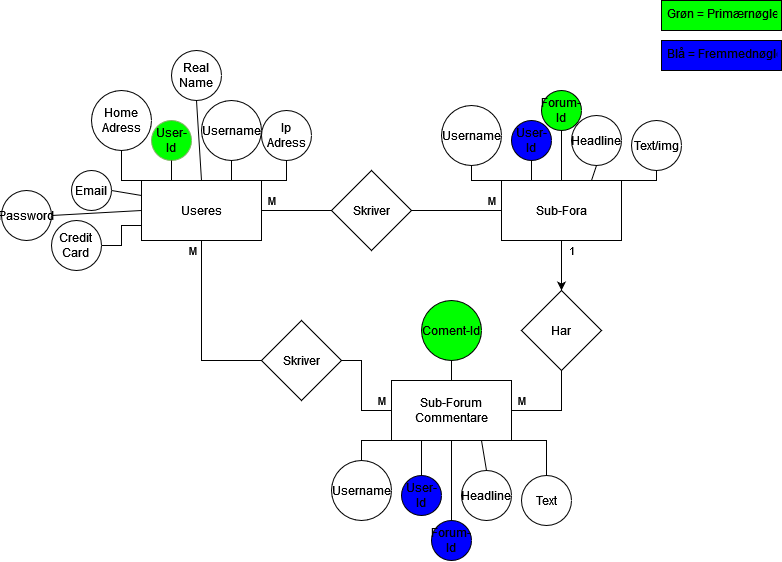
The draw.io diagram Extra stuff/Freljordian-Gods ER diagram.drawio.png in Mojjedrengen/Freljordian_gods, before a commit. Source tidied: cells renumbered, new cells last; positions are measured from the earlier drawing's top-left corner, leaving out a move shared by most shapes. Source of this version:
```xml
<mxGraphModel>
  <root>
    <mxCell id="0" />
    <mxCell id="1" parent="0" />
    <mxCell id="2" value="Useres" style="rounded=0;whiteSpace=wrap;html=1;" parent="1" vertex="1">
      <mxGeometry x="140" y="180" width="120" height="60" as="geometry" />
    </mxCell>
    <mxCell id="3" style="edgeStyle=orthogonalEdgeStyle;rounded=0;jettySize=auto;html=1;" parent="1" edge="1" source="4" target="8">
      <mxGeometry relative="1" as="geometry" />
    </mxCell>
    <mxCell id="4" value="Sub-Fora" style="rounded=0;whiteSpace=wrap;html=1;" parent="1" vertex="1">
      <mxGeometry x="500" y="180" width="120" height="60" as="geometry" />
    </mxCell>
    <mxCell id="5" value="Sub-Forum Commentare" style="rounded=0;whiteSpace=wrap;html=1;" parent="1" vertex="1">
      <mxGeometry x="390" y="380" width="120" height="60" as="geometry" />
    </mxCell>
    <mxCell id="6" value="Skriver" style="rhombus;whiteSpace=wrap;html=1;" parent="1" vertex="1">
      <mxGeometry x="260" y="320" width="80" height="80" as="geometry" />
    </mxCell>
    <mxCell id="7" value="Skriver" style="rhombus;whiteSpace=wrap;html=1;" parent="1" vertex="1">
      <mxGeometry x="330" y="170" width="80" height="80" as="geometry" />
    </mxCell>
    <mxCell id="8" value="Har" style="rhombus;whiteSpace=wrap;html=1;" parent="1" vertex="1">
      <mxGeometry x="520" y="290" width="80" height="80" as="geometry" />
    </mxCell>
    <mxCell id="9" style="endArrow=none;html=1;rounded=0;entryX=0.5;entryY=1;entryDx=0;entryDy=0;exitX=0;exitY=0.5;exitDx=0;exitDy=0;" parent="1" edge="1" source="6" target="2">
      <mxGeometry relative="1" as="geometry">
        <Array as="points">
          <mxPoint x="200" y="360" />
        </Array>
      </mxGeometry>
    </mxCell>
    <mxCell id="10" value="M" style="edgeLabel;html=1;align=center;verticalAlign=middle;" parent="9" vertex="1">
      <mxGeometry x="0.68" y="4" relative="1" as="geometry">
        <mxPoint x="-6" y="-19" as="offset" />
      </mxGeometry>
    </mxCell>
    <mxCell id="11" value="M" style="endArrow=none;html=1;rounded=0;exitX=1;exitY=0.5;exitDx=0;exitDy=0;entryX=0;entryY=0.5;entryDx=0;entryDy=0;" parent="1" edge="1" source="6" target="5">
      <mxGeometry x="0.8" y="10" relative="1" as="geometry">
        <Array as="points">
          <mxPoint x="360" y="360" />
          <mxPoint x="360" y="410" />
        </Array>
      </mxGeometry>
    </mxCell>
    <mxCell id="12" value="M" style="endArrow=none;html=1;rounded=0;entryX=0.5;entryY=1;entryDx=0;entryDy=0;exitX=1;exitY=0.5;exitDx=0;exitDy=0;" parent="1" edge="1" source="5" target="8">
      <mxGeometry x="-0.78" y="10" relative="1" as="geometry">
        <Array as="points">
          <mxPoint x="560" y="410" />
        </Array>
      </mxGeometry>
    </mxCell>
    <mxCell id="13" value="1" style="endArrow=none;html=1;rounded=0;entryX=0.5;entryY=0;entryDx=0;entryDy=0;exitX=0.5;exitY=1;exitDx=0;exitDy=0;" parent="1" edge="1" source="4" target="8">
      <mxGeometry x="-0.6" y="10" relative="1" as="geometry" />
    </mxCell>
    <mxCell id="14" value="M" style="endArrow=none;html=1;rounded=0;entryX=1;entryY=0.5;entryDx=0;entryDy=0;exitX=0;exitY=0.5;exitDx=0;exitDy=0;" parent="1" edge="1" source="7" target="2">
      <mxGeometry x="0.71" y="-10" relative="1" as="geometry" />
    </mxCell>
    <mxCell id="15" value="M" style="endArrow=none;html=1;rounded=0;entryX=0;entryY=0.5;entryDx=0;entryDy=0;exitX=1;exitY=0.5;exitDx=0;exitDy=0;" parent="1" edge="1" source="7" target="4">
      <mxGeometry x="0.78" y="10" relative="1" as="geometry" />
    </mxCell>
    <mxCell id="16" value="User-Id" style="ellipse;whiteSpace=wrap;html=1;fillColor=#00FF00;strokeColor=#82b366;" parent="1" vertex="1">
      <mxGeometry x="150" y="120" width="40" height="40" as="geometry" />
    </mxCell>
    <mxCell id="17" style="endArrow=none;html=1;rounded=0;entryX=0.5;entryY=1;entryDx=0;entryDy=0;exitX=0.25;exitY=0;exitDx=0;exitDy=0;" parent="1" edge="1" source="2" target="16">
      <mxGeometry relative="1" as="geometry" />
    </mxCell>
    <mxCell id="18" value="Username" style="ellipse;whiteSpace=wrap;html=1;" parent="1" vertex="1">
      <mxGeometry x="200" y="100" width="60" height="60" as="geometry" />
    </mxCell>
    <mxCell id="19" style="endArrow=none;html=1;rounded=0;entryX=0.5;entryY=1;entryDx=0;entryDy=0;exitX=0.75;exitY=0;exitDx=0;exitDy=0;" parent="1" edge="1" source="2" target="18">
      <mxGeometry relative="1" as="geometry" />
    </mxCell>
    <mxCell id="20" value="Real Name" style="ellipse;whiteSpace=wrap;html=1;" parent="1" vertex="1">
      <mxGeometry x="170" y="50" width="50" height="50" as="geometry" />
    </mxCell>
    <mxCell id="21" style="endArrow=none;html=1;rounded=0;entryX=0.5;entryY=1;entryDx=0;entryDy=0;exitX=0.5;exitY=0;exitDx=0;exitDy=0;" parent="1" edge="1" source="2" target="20">
      <mxGeometry relative="1" as="geometry" />
    </mxCell>
    <mxCell id="22" value="Home Adress" style="ellipse;whiteSpace=wrap;html=1;" parent="1" vertex="1">
      <mxGeometry x="90" y="90" width="60" height="60" as="geometry" />
    </mxCell>
    <mxCell id="23" style="endArrow=none;html=1;rounded=0;entryX=0.5;entryY=1;entryDx=0;entryDy=0;exitX=0;exitY=0;exitDx=0;exitDy=0;" parent="1" edge="1" source="2" target="22">
      <mxGeometry relative="1" as="geometry">
        <Array as="points">
          <mxPoint x="120" y="180" />
        </Array>
      </mxGeometry>
    </mxCell>
    <mxCell id="24" value="Email" style="ellipse;whiteSpace=wrap;html=1;" parent="1" vertex="1">
      <mxGeometry x="70" y="170" width="40" height="40" as="geometry" />
    </mxCell>
    <mxCell id="25" style="endArrow=none;html=1;rounded=0;entryX=1;entryY=0.5;entryDx=0;entryDy=0;exitX=0;exitY=0.25;exitDx=0;exitDy=0;" parent="1" edge="1" source="2" target="24">
      <mxGeometry relative="1" as="geometry" />
    </mxCell>
    <mxCell id="26" value="Password" style="ellipse;whiteSpace=wrap;html=1;rotation=0;" parent="1" vertex="1">
      <mxGeometry y="190" width="50" height="50" as="geometry" />
    </mxCell>
    <mxCell id="27" style="endArrow=none;html=1;rounded=0;entryX=0;entryY=0.5;entryDx=0;entryDy=0;exitX=1;exitY=0.5;exitDx=0;exitDy=0;" parent="1" edge="1" source="26" target="2">
      <mxGeometry relative="1" as="geometry" />
    </mxCell>
    <mxCell id="28" value="Credit &lt;br&gt;Card" style="ellipse;whiteSpace=wrap;html=1;" parent="1" vertex="1">
      <mxGeometry x="50" y="220" width="50" height="50" as="geometry" />
    </mxCell>
    <mxCell id="29" style="endArrow=none;html=1;rounded=0;entryX=0;entryY=0.75;entryDx=0;entryDy=0;exitX=1;exitY=0.5;exitDx=0;exitDy=0;" parent="1" edge="1" source="28" target="2">
      <mxGeometry relative="1" as="geometry">
        <Array as="points">
          <mxPoint x="120" y="245" />
          <mxPoint x="120" y="225" />
        </Array>
      </mxGeometry>
    </mxCell>
    <mxCell id="30" value="Ip&lt;br&gt;Adress" style="ellipse;whiteSpace=wrap;html=1;" parent="1" vertex="1">
      <mxGeometry x="260" y="110" width="50" height="50" as="geometry" />
    </mxCell>
    <mxCell id="31" style="endArrow=none;html=1;rounded=0;entryX=0.5;entryY=1;entryDx=0;entryDy=0;exitX=1;exitY=0;exitDx=0;exitDy=0;" parent="1" edge="1" source="2" target="30">
      <mxGeometry relative="1" as="geometry">
        <Array as="points">
          <mxPoint x="285" y="180" />
        </Array>
      </mxGeometry>
    </mxCell>
    <mxCell id="32" value="Grøn = Primærnøgle" style="text;strokeColor=default;fillColor=#00FF00;spacingLeft=4;spacingRight=4;overflow=hidden;fontSize=12;labelBackgroundColor=none;" parent="1" vertex="1">
      <mxGeometry x="660" width="120" height="30" as="geometry" />
    </mxCell>
    <mxCell id="33" value="Blå = Fremmednøgle" style="text;strokeColor=default;fillColor=#0000FF;spacingLeft=4;spacingRight=4;overflow=hidden;fontSize=12;labelBackgroundColor=none;" parent="1" vertex="1">
      <mxGeometry x="660" y="40" width="120" height="30" as="geometry" />
    </mxCell>
    <mxCell id="34" value="User-Id" style="ellipse;whiteSpace=wrap;html=1;labelBackgroundColor=none;strokeColor=default;fillColor=#0000FF;" parent="1" vertex="1">
      <mxGeometry x="510" y="120" width="40" height="40" as="geometry" />
    </mxCell>
    <mxCell id="35" style="endArrow=none;html=1;rounded=0;entryX=0.5;entryY=1;entryDx=0;entryDy=0;exitX=0.25;exitY=0;exitDx=0;exitDy=0;" parent="1" edge="1" source="4" target="34">
      <mxGeometry relative="1" as="geometry" />
    </mxCell>
    <mxCell id="36" value="Forum-Id" style="ellipse;whiteSpace=wrap;html=1;labelBackgroundColor=none;strokeColor=default;fillColor=#00FF00;" parent="1" vertex="1">
      <mxGeometry x="540" y="90" width="40" height="40" as="geometry" />
    </mxCell>
    <mxCell id="37" style="endArrow=none;html=1;rounded=0;entryX=0.5;entryY=1;entryDx=0;entryDy=0;exitX=0.5;exitY=0;exitDx=0;exitDy=0;" parent="1" edge="1" source="4" target="36">
      <mxGeometry relative="1" as="geometry" />
    </mxCell>
    <mxCell id="38" value="Headline" style="ellipse;whiteSpace=wrap;html=1;labelBackgroundColor=none;" parent="1" vertex="1">
      <mxGeometry x="570" y="115" width="50" height="50" as="geometry" />
    </mxCell>
    <mxCell id="39" style="endArrow=none;html=1;rounded=0;entryX=0.5;entryY=1;entryDx=0;entryDy=0;exitX=0.75;exitY=0;exitDx=0;exitDy=0;" parent="1" edge="1" source="4" target="38">
      <mxGeometry relative="1" as="geometry" />
    </mxCell>
    <mxCell id="40" value="Username" style="ellipse;whiteSpace=wrap;html=1;labelBackgroundColor=none;" parent="1" vertex="1">
      <mxGeometry x="440" y="105" width="60" height="60" as="geometry" />
    </mxCell>
    <mxCell id="41" style="endArrow=none;html=1;rounded=0;entryX=0;entryY=0;entryDx=0;entryDy=0;exitX=0.5;exitY=1;exitDx=0;exitDy=0;" parent="1" edge="1" source="40" target="4">
      <mxGeometry relative="1" as="geometry">
        <Array as="points">
          <mxPoint x="470" y="180" />
        </Array>
      </mxGeometry>
    </mxCell>
    <mxCell id="42" value="Text/img" style="ellipse;whiteSpace=wrap;html=1;labelBackgroundColor=none;" parent="1" vertex="1">
      <mxGeometry x="630" y="120" width="50" height="50" as="geometry" />
    </mxCell>
    <mxCell id="43" style="endArrow=none;html=1;rounded=0;entryX=0.5;entryY=1;entryDx=0;entryDy=0;exitX=1;exitY=0;exitDx=0;exitDy=0;" parent="1" edge="1" source="4" target="42">
      <mxGeometry relative="1" as="geometry">
        <Array as="points">
          <mxPoint x="655" y="180" />
        </Array>
      </mxGeometry>
    </mxCell>
    <mxCell id="44" value="Coment-Id" style="ellipse;whiteSpace=wrap;html=1;labelBackgroundColor=none;strokeColor=default;fillColor=#00FF00;" parent="1" vertex="1">
      <mxGeometry x="420" y="300" width="60" height="60" as="geometry" />
    </mxCell>
    <mxCell id="45" style="endArrow=none;html=1;rounded=0;entryX=0.5;entryY=1;entryDx=0;entryDy=0;exitX=0.5;exitY=0;exitDx=0;exitDy=0;" parent="1" edge="1" source="5" target="44">
      <mxGeometry relative="1" as="geometry" />
    </mxCell>
    <mxCell id="46" value="User-Id" style="ellipse;whiteSpace=wrap;html=1;labelBackgroundColor=none;strokeColor=default;fillColor=#0000FF;" parent="1" vertex="1">
      <mxGeometry x="400" y="475" width="40" height="40" as="geometry" />
    </mxCell>
    <mxCell id="47" value="Forum-Id" style="ellipse;whiteSpace=wrap;html=1;labelBackgroundColor=none;strokeColor=default;fillColor=#0000FF;" parent="1" vertex="1">
      <mxGeometry x="430" y="520" width="40" height="40" as="geometry" />
    </mxCell>
    <mxCell id="48" value="Headline" style="ellipse;whiteSpace=wrap;html=1;labelBackgroundColor=none;" parent="1" vertex="1">
      <mxGeometry x="460" y="470" width="50" height="50" as="geometry" />
    </mxCell>
    <mxCell id="49" value="Username" style="ellipse;whiteSpace=wrap;html=1;labelBackgroundColor=none;" parent="1" vertex="1">
      <mxGeometry x="330" y="460" width="60" height="60" as="geometry" />
    </mxCell>
    <mxCell id="50" value="Text" style="ellipse;whiteSpace=wrap;html=1;labelBackgroundColor=none;" parent="1" vertex="1">
      <mxGeometry x="520" y="475" width="50" height="50" as="geometry" />
    </mxCell>
    <mxCell id="51" style="endArrow=none;html=1;rounded=0;entryX=0;entryY=1;entryDx=0;entryDy=0;exitX=0.5;exitY=0;exitDx=0;exitDy=0;" parent="1" edge="1" source="49" target="5">
      <mxGeometry relative="1" as="geometry">
        <Array as="points">
          <mxPoint x="360" y="440" />
        </Array>
      </mxGeometry>
    </mxCell>
    <mxCell id="52" style="endArrow=none;html=1;rounded=0;entryX=0.25;entryY=1;entryDx=0;entryDy=0;exitX=0.5;exitY=0;exitDx=0;exitDy=0;" parent="1" edge="1" source="46" target="5">
      <mxGeometry relative="1" as="geometry" />
    </mxCell>
    <mxCell id="53" style="endArrow=none;html=1;rounded=0;entryX=0.5;entryY=1;entryDx=0;entryDy=0;exitX=0.5;exitY=0;exitDx=0;exitDy=0;" parent="1" edge="1" source="47" target="5">
      <mxGeometry relative="1" as="geometry" />
    </mxCell>
    <mxCell id="54" style="endArrow=none;html=1;rounded=0;entryX=0.75;entryY=1;entryDx=0;entryDy=0;exitX=0.5;exitY=0;exitDx=0;exitDy=0;" parent="1" edge="1" source="48" target="5">
      <mxGeometry relative="1" as="geometry" />
    </mxCell>
    <mxCell id="55" style="endArrow=none;html=1;rounded=0;entryX=1;entryY=1;entryDx=0;entryDy=0;exitX=0.5;exitY=0;exitDx=0;exitDy=0;" parent="1" edge="1" source="50" target="5">
      <mxGeometry relative="1" as="geometry">
        <Array as="points">
          <mxPoint x="545" y="440" />
        </Array>
      </mxGeometry>
    </mxCell>
  </root>
</mxGraphModel>
```
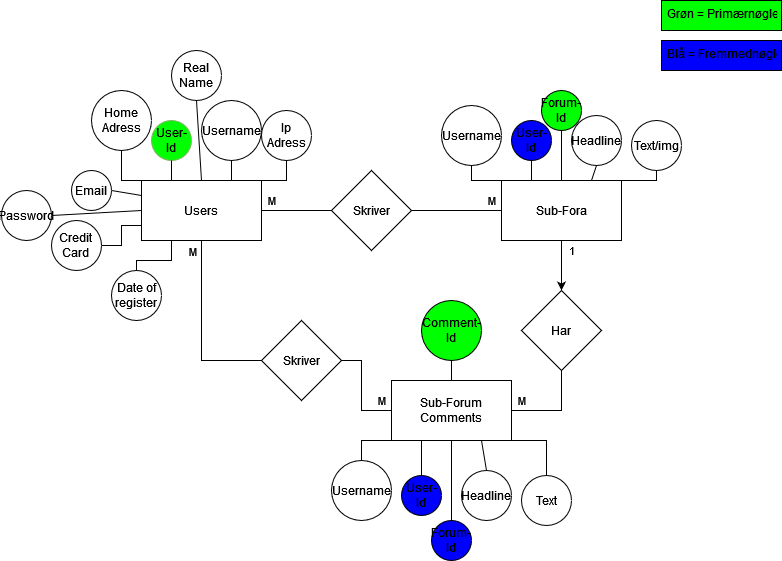
After the change.

What changed in the source:
```diff
@@ -2,7 +2,7 @@
   <root>
     <mxCell id="0" />
     <mxCell id="1" parent="0" />
-    <mxCell id="2" value="Useres" style="rounded=0;whiteSpace=wrap;html=1;" parent="1" vertex="1">
+    <mxCell id="2" value="Users" style="rounded=0;whiteSpace=wrap;html=1;" parent="1" vertex="1">
       <mxGeometry x="140" y="180" width="120" height="60" as="geometry" />
     </mxCell>
     <mxCell id="3" style="edgeStyle=orthogonalEdgeStyle;rounded=0;jettySize=auto;html=1;" parent="1" edge="1" source="4" target="8">
@@ -11,7 +11,7 @@
     <mxCell id="4" value="Sub-Fora" style="rounded=0;whiteSpace=wrap;html=1;" parent="1" vertex="1">
       <mxGeometry x="500" y="180" width="120" height="60" as="geometry" />
     </mxCell>
-    <mxCell id="5" value="Sub-Forum Commentare" style="rounded=0;whiteSpace=wrap;html=1;" parent="1" vertex="1">
+    <mxCell id="5" value="&lt;div&gt;Sub-Forum Comments&lt;/div&gt;" style="rounded=0;whiteSpace=wrap;html=1;" parent="1" vertex="1">
       <mxGeometry x="390" y="380" width="120" height="60" as="geometry" />
     </mxCell>
     <mxCell id="6" value="Skriver" style="rhombus;whiteSpace=wrap;html=1;" parent="1" vertex="1">
@@ -164,7 +164,7 @@
         </Array>
       </mxGeometry>
     </mxCell>
-    <mxCell id="44" value="Coment-Id" style="ellipse;whiteSpace=wrap;html=1;labelBackgroundColor=none;strokeColor=default;fillColor=#00FF00;" parent="1" vertex="1">
+    <mxCell id="44" value="Comment-Id" style="ellipse;whiteSpace=wrap;html=1;labelBackgroundColor=none;strokeColor=default;fillColor=#00FF00;" parent="1" vertex="1">
       <mxGeometry x="420" y="300" width="60" height="60" as="geometry" />
     </mxCell>
     <mxCell id="45" style="endArrow=none;html=1;rounded=0;entryX=0.5;entryY=1;entryDx=0;entryDy=0;exitX=0.5;exitY=0;exitDx=0;exitDy=0;" parent="1" edge="1" source="5" target="44">
@@ -208,5 +208,16 @@
         </Array>
       </mxGeometry>
     </mxCell>
+    <mxCell id="56" value="Date of register" style="ellipse;whiteSpace=wrap;html=1;" parent="1" vertex="1">
+      <mxGeometry x="110" y="270" width="50" height="50" as="geometry" />
+    </mxCell>
+    <mxCell id="57" style="endArrow=none;html=1;rounded=0;entryX=0.25;entryY=1;entryDx=0;entryDy=0;exitX=0.5;exitY=0;exitDx=0;exitDy=0;" parent="1" edge="1" source="56" target="2">
+      <mxGeometry relative="1" as="geometry">
+        <Array as="points">
+          <mxPoint x="135" y="260" />
+          <mxPoint x="170" y="260" />
+        </Array>
+      </mxGeometry>
+    </mxCell>
   </root>
 </mxGraphModel>
```
